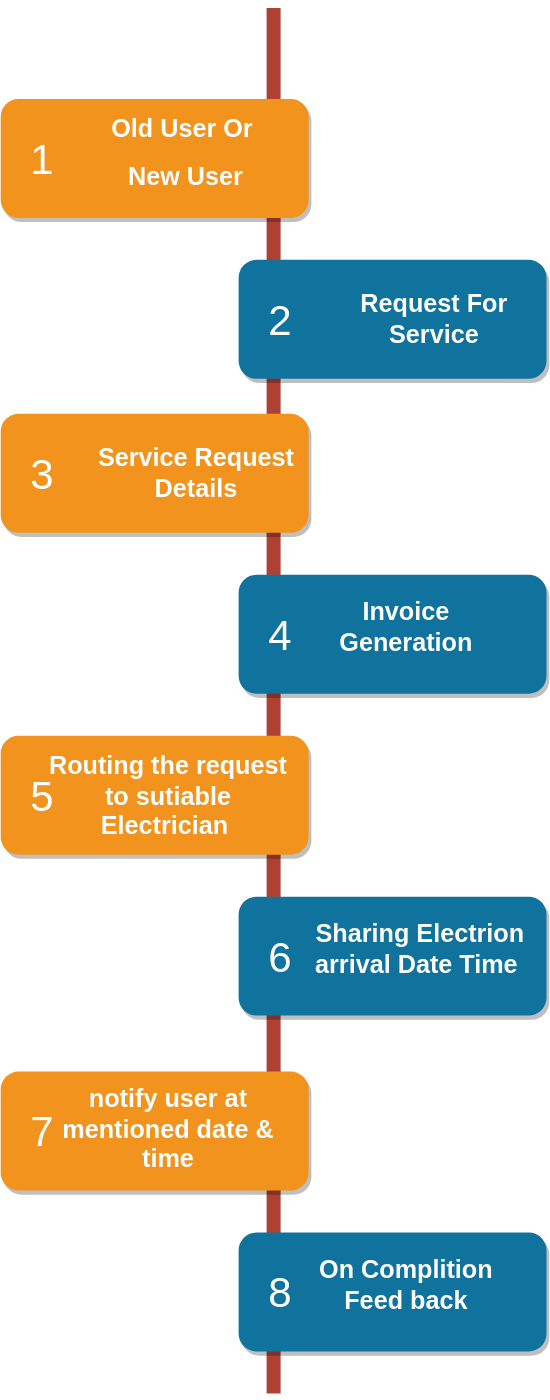
RahulDas-dev/Processflow keeps this draw.io diagram as process_flow.svg. Above is the earlier version. Source tidied: cells renumbered, new cells last; positions are measured from the earlier drawing's top-left corner, leaving out a move shared by most shapes. The source it was exported from:
```xml
<mxGraphModel>
  <root>
    <mxCell id="0" />
    <mxCell id="1" parent="0" />
    <mxCell id="2" style="line;strokeWidth=10;direction=south;html=1;fillColor=none;fontSize=13;fontColor=#000000;align=center;strokeColor=#AE4132;" parent="1" vertex="1">
      <mxGeometry x="190" width="10" height="990" as="geometry" />
    </mxCell>
    <mxCell id="3" style="rounded=1;whiteSpace=wrap;html=1;strokeColor=none;strokeWidth=1;fillColor=#F2931E;fontSize=13;fontColor=#FFFFFF;align=center;gradientColor=none;gradientDirection=east;verticalAlign=top;shadow=1;" parent="1" vertex="1">
      <mxGeometry y="65" width="220" height="85" as="geometry" />
    </mxCell>
    <mxCell id="4" value="1" style="text;html=1;strokeColor=none;fillColor=none;align=center;verticalAlign=middle;whiteSpace=wrap;fontSize=30;fontColor=#FFFFFF;" parent="1" vertex="1">
      <mxGeometry x="10" y="98" width="40" height="20" as="geometry" />
    </mxCell>
    <mxCell id="5" style="rounded=1;whiteSpace=wrap;html=1;strokeColor=none;strokeWidth=1;fillColor=#10739E;fontSize=13;fontColor=#FFFFFF;align=center;gradientColor=none;gradientDirection=east;verticalAlign=top;shadow=1;" parent="1" vertex="1">
      <mxGeometry x="170" y="180" width="220" height="85" as="geometry" />
    </mxCell>
    <mxCell id="6" value="2" style="text;html=1;strokeColor=none;fillColor=none;align=center;verticalAlign=middle;whiteSpace=wrap;fontSize=30;fontColor=#FFFFFF;" parent="1" vertex="1">
      <mxGeometry x="180" y="213" width="40" height="20" as="geometry" />
    </mxCell>
    <mxCell id="7" style="rounded=1;whiteSpace=wrap;html=1;strokeColor=none;strokeWidth=1;fillColor=#F2931E;fontSize=13;fontColor=#FFFFFF;align=center;gradientColor=none;gradientDirection=east;verticalAlign=top;shadow=1;" parent="1" vertex="1">
      <mxGeometry y="290" width="220" height="85" as="geometry" />
    </mxCell>
    <mxCell id="8" value="3" style="text;html=1;strokeColor=none;fillColor=none;align=center;verticalAlign=middle;whiteSpace=wrap;fontSize=30;fontColor=#FFFFFF;" parent="1" vertex="1">
      <mxGeometry x="10" y="323" width="40" height="20" as="geometry" />
    </mxCell>
    <mxCell id="9" style="rounded=1;whiteSpace=wrap;html=1;strokeColor=none;strokeWidth=1;fillColor=#10739E;fontSize=13;fontColor=#FFFFFF;align=center;gradientColor=none;gradientDirection=east;verticalAlign=top;shadow=1;" parent="1" vertex="1">
      <mxGeometry x="170" y="405" width="220" height="85" as="geometry" />
    </mxCell>
    <mxCell id="10" value="4" style="text;html=1;strokeColor=none;fillColor=none;align=center;verticalAlign=middle;whiteSpace=wrap;fontSize=30;fontColor=#FFFFFF;" parent="1" vertex="1">
      <mxGeometry x="180" y="438" width="40" height="20" as="geometry" />
    </mxCell>
    <mxCell id="11" style="rounded=1;whiteSpace=wrap;html=1;strokeColor=none;strokeWidth=1;fillColor=#F2931E;fontSize=13;fontColor=#FFFFFF;align=center;gradientColor=none;gradientDirection=east;verticalAlign=top;shadow=1;" parent="1" vertex="1">
      <mxGeometry y="520" width="220" height="85" as="geometry" />
    </mxCell>
    <mxCell id="12" value="5" style="text;html=1;strokeColor=none;fillColor=none;align=center;verticalAlign=middle;whiteSpace=wrap;fontSize=30;fontColor=#FFFFFF;" parent="1" vertex="1">
      <mxGeometry x="10" y="553" width="40" height="20" as="geometry" />
    </mxCell>
    <mxCell id="13" style="rounded=1;whiteSpace=wrap;html=1;strokeColor=none;strokeWidth=1;fillColor=#10739E;fontSize=13;fontColor=#FFFFFF;align=center;gradientColor=none;gradientDirection=east;verticalAlign=top;shadow=1;" parent="1" vertex="1">
      <mxGeometry x="170" y="635" width="220" height="85" as="geometry" />
    </mxCell>
    <mxCell id="14" value="6" style="text;html=1;strokeColor=none;fillColor=none;align=center;verticalAlign=middle;whiteSpace=wrap;fontSize=30;fontColor=#FFFFFF;" parent="1" vertex="1">
      <mxGeometry x="180" y="668" width="40" height="20" as="geometry" />
    </mxCell>
    <mxCell id="15" style="rounded=1;whiteSpace=wrap;html=1;strokeColor=none;strokeWidth=1;fillColor=#F2931E;fontSize=13;fontColor=#FFFFFF;align=center;gradientColor=none;gradientDirection=east;verticalAlign=top;shadow=1;" parent="1" vertex="1">
      <mxGeometry y="760" width="220" height="85" as="geometry" />
    </mxCell>
    <mxCell id="16" value="7" style="text;html=1;strokeColor=none;fillColor=none;align=center;verticalAlign=middle;whiteSpace=wrap;fontSize=30;fontColor=#FFFFFF;" parent="1" vertex="1">
      <mxGeometry x="10" y="793" width="40" height="20" as="geometry" />
    </mxCell>
    <mxCell id="17" style="rounded=1;whiteSpace=wrap;html=1;strokeColor=none;strokeWidth=1;fillColor=#10739E;fontSize=13;fontColor=#FFFFFF;align=center;gradientColor=none;gradientDirection=east;verticalAlign=top;shadow=1;" parent="1" vertex="1">
      <mxGeometry x="170" y="875" width="220" height="85" as="geometry" />
    </mxCell>
    <mxCell id="18" value="8" style="text;html=1;strokeColor=none;fillColor=none;align=center;verticalAlign=middle;whiteSpace=wrap;fontSize=30;fontColor=#FFFFFF;" parent="1" vertex="1">
      <mxGeometry x="180" y="908" width="40" height="20" as="geometry" />
    </mxCell>
    <mxCell id="19" value="&lt;h1&gt;Old User Or&lt;/h1&gt;&lt;h1&gt;&amp;nbsp;New User&lt;/h1&gt;" style="text;html=1;spacing=5;spacingTop=-20;whiteSpace=wrap;overflow=hidden;strokeColor=none;strokeWidth=4;fillColor=none;gradientColor=#007FFF;fontSize=9;fontColor=#FFFFFF;align=center;" parent="1" vertex="1">
      <mxGeometry x="30" y="74.5" width="200" height="66" as="geometry" />
    </mxCell>
    <mxCell id="20" value="&lt;h1&gt;Request For Service&lt;/h1&gt;" style="text;html=1;spacing=5;spacingTop=-20;whiteSpace=wrap;overflow=hidden;strokeColor=none;strokeWidth=4;fillColor=none;gradientColor=#007FFF;fontSize=9;fontColor=#FFFFFF;align=center;" parent="1" vertex="1">
      <mxGeometry x="230" y="200" width="160" height="61" as="geometry" />
    </mxCell>
    <mxCell id="21" value="&lt;h1&gt;Service Request Details&lt;/h1&gt;&lt;div&gt;&lt;br&gt;&lt;/div&gt;" style="text;html=1;spacing=5;spacingTop=-20;whiteSpace=wrap;overflow=hidden;strokeColor=none;strokeWidth=4;fillColor=none;gradientColor=#007FFF;fontSize=9;fontColor=#FFFFFF;align=center;" parent="1" vertex="1">
      <mxGeometry x="60" y="310" width="160" height="77" as="geometry" />
    </mxCell>
    <mxCell id="22" value="&lt;h1&gt;Invoice Generation&lt;/h1&gt;&lt;div&gt;&lt;br&gt;&lt;/div&gt;" style="text;html=1;spacing=5;spacingTop=-20;whiteSpace=wrap;overflow=hidden;strokeColor=none;strokeWidth=4;fillColor=none;gradientColor=#007FFF;fontSize=9;fontColor=#FFFFFF;align=center;" parent="1" vertex="1">
      <mxGeometry x="210" y="419.5" width="160" height="56" as="geometry" />
    </mxCell>
    <mxCell id="23" value="&lt;h1&gt;Routing the request to sutiable Electrician&amp;nbsp;&lt;/h1&gt;" style="text;html=1;spacing=5;spacingTop=-20;whiteSpace=wrap;overflow=hidden;strokeColor=none;strokeWidth=4;fillColor=none;gradientColor=#007FFF;fontSize=9;fontColor=#FFFFFF;align=center;" parent="1" vertex="1">
      <mxGeometry x="30" y="530" width="180" height="86" as="geometry" />
    </mxCell>
    <mxCell id="24" value="&lt;h1&gt;Sharing Electrion arrival Date Time&amp;nbsp;&lt;/h1&gt;" style="text;html=1;spacing=5;spacingTop=-20;whiteSpace=wrap;overflow=hidden;strokeColor=none;strokeWidth=4;fillColor=none;gradientColor=#007FFF;fontSize=9;fontColor=#FFFFFF;align=center;" parent="1" vertex="1">
      <mxGeometry x="220" y="650" width="160" height="77" as="geometry" />
    </mxCell>
    <mxCell id="25" value="&lt;h1&gt;notify user at mentioned date &amp;amp; time&lt;/h1&gt;&lt;div&gt;&lt;br&gt;&lt;/div&gt;&lt;div&gt;&lt;br&gt;&lt;/div&gt;" style="text;html=1;spacing=5;spacingTop=-20;whiteSpace=wrap;overflow=hidden;strokeColor=none;strokeWidth=4;fillColor=none;gradientColor=#007FFF;fontSize=9;fontColor=#FFFFFF;align=center;" parent="1" vertex="1">
      <mxGeometry x="40" y="768" width="160" height="77" as="geometry" />
    </mxCell>
    <mxCell id="26" value="&lt;h1&gt;On Complition Feed back&lt;/h1&gt;&lt;div&gt;&lt;br&gt;&lt;/div&gt;" style="text;html=1;spacing=5;spacingTop=-20;whiteSpace=wrap;overflow=hidden;strokeColor=none;strokeWidth=4;fillColor=none;gradientColor=#007FFF;fontSize=9;fontColor=#FFFFFF;align=center;" parent="1" vertex="1">
      <mxGeometry x="210" y="890" width="160" height="77" as="geometry" />
    </mxCell>
  </root>
</mxGraphModel>
```
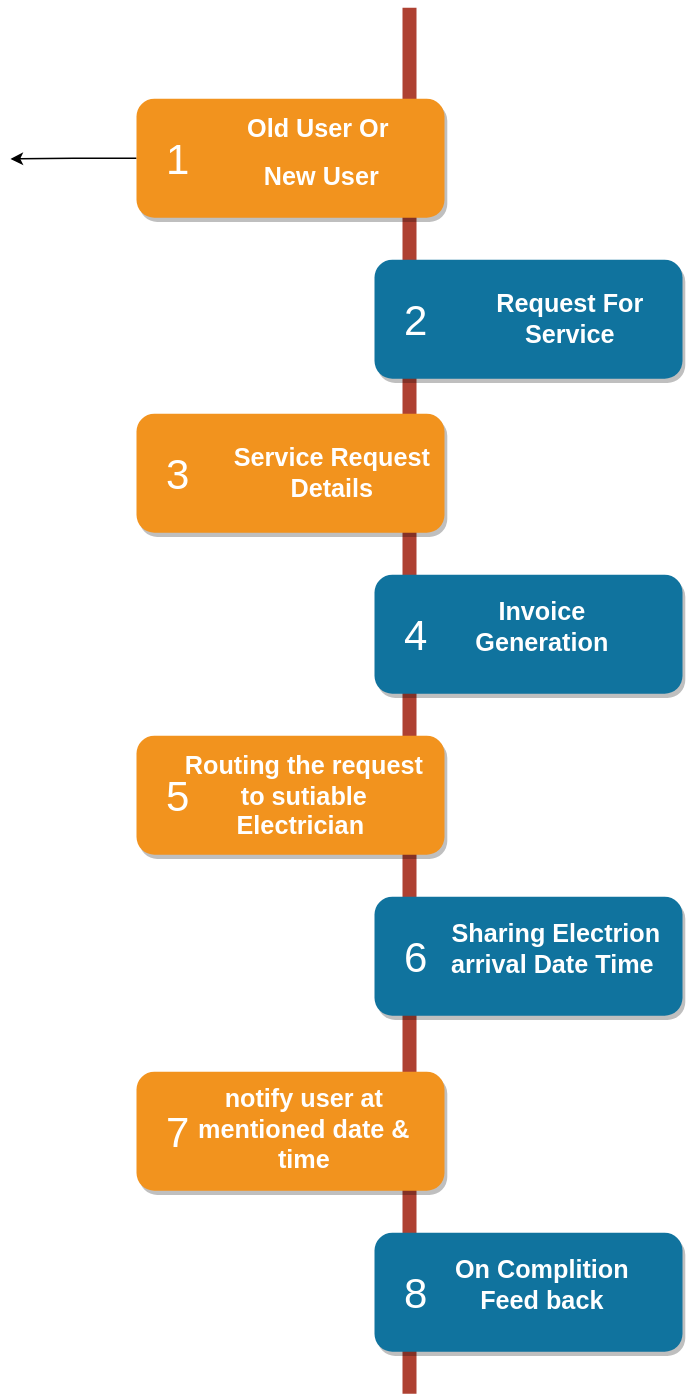
The same file after the commit.

Change to the diagram source:
```diff
@@ -5,6 +5,11 @@
     <mxCell id="2" style="line;strokeWidth=10;direction=south;html=1;fillColor=none;fontSize=13;fontColor=#000000;align=center;strokeColor=#AE4132;" parent="1" vertex="1">
       <mxGeometry x="190" width="10" height="990" as="geometry" />
     </mxCell>
+    <mxCell id="27" style="edgeStyle=orthogonalEdgeStyle;rounded=0;jettySize=auto;html=1;exitX=0;exitY=0.5;exitDx=0;exitDy=0;" parent="1" edge="1" source="3">
+      <mxGeometry relative="1" as="geometry">
+        <mxPoint x="-90" y="108" as="targetPoint" />
+      </mxGeometry>
+    </mxCell>
     <mxCell id="3" style="rounded=1;whiteSpace=wrap;html=1;strokeColor=none;strokeWidth=1;fillColor=#F2931E;fontSize=13;fontColor=#FFFFFF;align=center;gradientColor=none;gradientDirection=east;verticalAlign=top;shadow=1;" parent="1" vertex="1">
       <mxGeometry y="65" width="220" height="85" as="geometry" />
     </mxCell>
```
